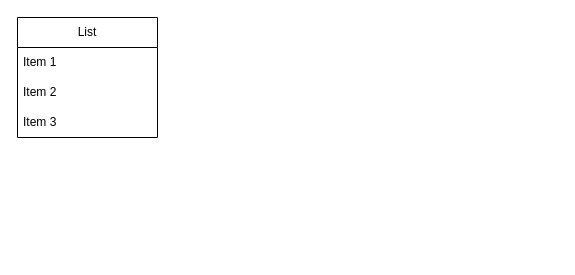
The draw.io diagram CDIO4.drawio in danghoan03/danghoan03, before the edit. Source tidied: cells renumbered, new cells numbered last; positions are measured from the earlier drawing's top-left corner, leaving out a move shared by most shapes. Both pictures are drawn from the tidied source at 100%, with x=0, y=0 at pixel (17, 17).
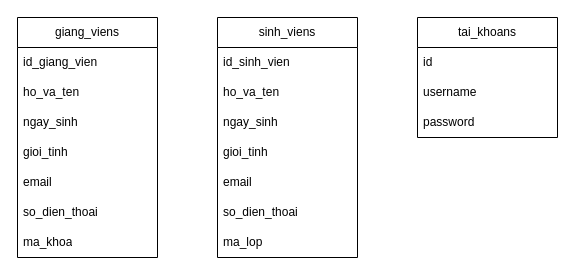
After the change.

The edit, as a diff of the source:
```diff
@@
-    <mxCell id="2" value="List" style="swimlane;fontStyle=0;horizontal=1;startSize=30;whiteSpace=wrap;html=1;" parent="1" vertex="1">
-      <mxGeometry width="140" height="120" as="geometry" />
+    <mxCell id="2" value="giang_viens" style="swimlane;fontStyle=0;horizontal=1;startSize=30;whiteSpace=wrap;html=1;" parent="1" vertex="1">
+      <mxGeometry width="140" height="240" as="geometry" />
     </mxCell>
-    <mxCell id="3" value="Item 1" style="text;strokeColor=none;fillColor=none;align=left;verticalAlign=middle;spacingLeft=4;spacingRight=4;overflow=hidden;whiteSpace=wrap;html=1;" parent="2" vertex="1">
+    <mxCell id="3" value="id_giang_vien" style="text;strokeColor=none;fillColor=none;align=left;verticalAlign=middle;spacingLeft=4;spacingRight=4;overflow=hidden;whiteSpace=wrap;html=1;" parent="2" vertex="1">
       <mxGeometry y="30" width="140" height="30" as="geometry" />
     </mxCell>
-    <mxCell id="4" value="Item 2" style="text;strokeColor=none;fillColor=none;align=left;verticalAlign=middle;spacingLeft=4;spacingRight=4;overflow=hidden;whiteSpace=wrap;html=1;" parent="2" vertex="1">
+    <mxCell id="4" value="ho_va_ten" style="text;strokeColor=none;fillColor=none;align=left;verticalAlign=middle;spacingLeft=4;spacingRight=4;overflow=hidden;whiteSpace=wrap;html=1;" parent="2" vertex="1">
       <mxGeometry y="60" width="140" height="30" as="geometry" />
     </mxCell>
-    <mxCell id="5" value="Item 3" style="text;strokeColor=none;fillColor=none;align=left;verticalAlign=middle;spacingLeft=4;spacingRight=4;overflow=hidden;whiteSpace=wrap;html=1;" parent="2" vertex="1">
+    <mxCell id="5" value="ngay_sinh" style="text;strokeColor=none;fillColor=none;align=left;verticalAlign=middle;spacingLeft=4;spacingRight=4;overflow=hidden;whiteSpace=wrap;html=1;" parent="2" vertex="1">
       <mxGeometry y="90" width="140" height="30" as="geometry" />
     </mxCell>
+    <mxCell id="6" value="gioi_tinh" style="text;strokeColor=none;fillColor=none;align=left;verticalAlign=middle;spacingLeft=4;spacingRight=4;overflow=hidden;whiteSpace=wrap;html=1;" parent="2" vertex="1">
+      <mxGeometry y="120" width="140" height="30" as="geometry" />
+    </mxCell>
+    <mxCell id="7" value="email" style="text;strokeColor=none;fillColor=none;align=left;verticalAlign=middle;spacingLeft=4;spacingRight=4;overflow=hidden;whiteSpace=wrap;html=1;" parent="2" vertex="1">
+      <mxGeometry y="150" width="140" height="30" as="geometry" />
+    </mxCell>
+    <mxCell id="8" value="so_dien_thoai" style="text;strokeColor=none;fillColor=none;align=left;verticalAlign=middle;spacingLeft=4;spacingRight=4;overflow=hidden;whiteSpace=wrap;html=1;" parent="2" vertex="1">
+      <mxGeometry y="180" width="140" height="30" as="geometry" />
+    </mxCell>
+    <mxCell id="9" value="ma_khoa" style="text;strokeColor=none;fillColor=none;align=left;verticalAlign=middle;spacingLeft=4;spacingRight=4;overflow=hidden;whiteSpace=wrap;html=1;" parent="2" vertex="1">
+      <mxGeometry y="210" width="140" height="30" as="geometry" />
+    </mxCell>
+    <mxCell id="10" value="sinh_viens" style="swimlane;fontStyle=0;horizontal=1;startSize=30;whiteSpace=wrap;html=1;" parent="1" vertex="1">
+      <mxGeometry x="200" width="140" height="240" as="geometry" />
+    </mxCell>
+    <mxCell id="11" value="id_sinh_vien" style="text;strokeColor=none;fillColor=none;align=left;verticalAlign=middle;spacingLeft=4;spacingRight=4;overflow=hidden;whiteSpace=wrap;html=1;" parent="10" vertex="1">
+      <mxGeometry y="30" width="140" height="30" as="geometry" />
+    </mxCell>
+    <mxCell id="12" value="ho_va_ten" style="text;strokeColor=none;fillColor=none;align=left;verticalAlign=middle;spacingLeft=4;spacingRight=4;overflow=hidden;whiteSpace=wrap;html=1;" parent="10" vertex="1">
+      <mxGeometry y="60" width="140" height="30" as="geometry" />
+    </mxCell>
+    <mxCell id="13" value="ngay_sinh" style="text;strokeColor=none;fillColor=none;align=left;verticalAlign=middle;spacingLeft=4;spacingRight=4;overflow=hidden;whiteSpace=wrap;html=1;" parent="10" vertex="1">
+      <mxGeometry y="90" width="140" height="30" as="geometry" />
+    </mxCell>
+    <mxCell id="14" value="gioi_tinh" style="text;strokeColor=none;fillColor=none;align=left;verticalAlign=middle;spacingLeft=4;spacingRight=4;overflow=hidden;whiteSpace=wrap;html=1;" parent="10" vertex="1">
+      <mxGeometry y="120" width="140" height="30" as="geometry" />
+    </mxCell>
+    <mxCell id="15" value="email" style="text;strokeColor=none;fillColor=none;align=left;verticalAlign=middle;spacingLeft=4;spacingRight=4;overflow=hidden;whiteSpace=wrap;html=1;" parent="10" vertex="1">
+      <mxGeometry y="150" width="140" height="30" as="geometry" />
+    </mxCell>
+    <mxCell id="16" value="so_dien_thoai" style="text;strokeColor=none;fillColor=none;align=left;verticalAlign=middle;spacingLeft=4;spacingRight=4;overflow=hidden;whiteSpace=wrap;html=1;" parent="10" vertex="1">
+      <mxGeometry y="180" width="140" height="30" as="geometry" />
+    </mxCell>
+    <mxCell id="17" value="ma_lop" style="text;strokeColor=none;fillColor=none;align=left;verticalAlign=middle;spacingLeft=4;spacingRight=4;overflow=hidden;whiteSpace=wrap;html=1;" parent="10" vertex="1">
+      <mxGeometry y="210" width="140" height="30" as="geometry" />
+    </mxCell>
+    <mxCell id="18" value="tai_khoans" style="swimlane;fontStyle=0;horizontal=1;startSize=30;whiteSpace=wrap;html=1;" parent="1" vertex="1">
+      <mxGeometry x="400" width="140" height="120" as="geometry" />
+    </mxCell>
+    <mxCell id="19" value="id" style="text;strokeColor=none;fillColor=none;align=left;verticalAlign=middle;spacingLeft=4;spacingRight=4;overflow=hidden;whiteSpace=wrap;html=1;" parent="18" vertex="1">
+      <mxGeometry y="30" width="140" height="30" as="geometry" />
+    </mxCell>
+    <mxCell id="20" value="username" style="text;strokeColor=none;fillColor=none;align=left;verticalAlign=middle;spacingLeft=4;spacingRight=4;overflow=hidden;whiteSpace=wrap;html=1;" parent="18" vertex="1">
+      <mxGeometry y="60" width="140" height="30" as="geometry" />
+    </mxCell>
+    <mxCell id="21" value="password" style="text;strokeColor=none;fillColor=none;align=left;verticalAlign=middle;spacingLeft=4;spacingRight=4;overflow=hidden;whiteSpace=wrap;html=1;" parent="18" vertex="1">
+      <mxGeometry y="90" width="140" height="30" as="geometry" />
+    </mxCell>
```
